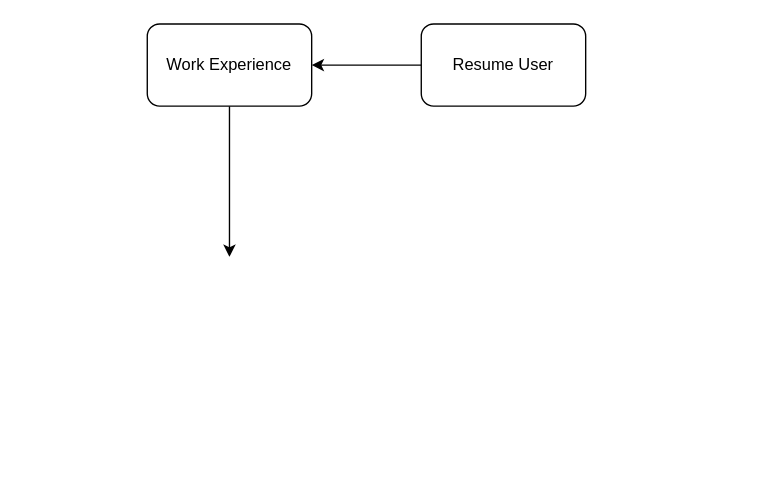
This is Planning/Backend/DatabaseContent.drawio from Agent00bad/Examensarbete, a draw.io file, before an edit. Source tidied: cells renumbered, new cells numbered last; positions are measured from the earlier drawing's top-left corner, leaving out a move shared by most shapes. Both pictures are drawn from the tidied source at 137%, with x=0, y=0 at pixel (147, 23).
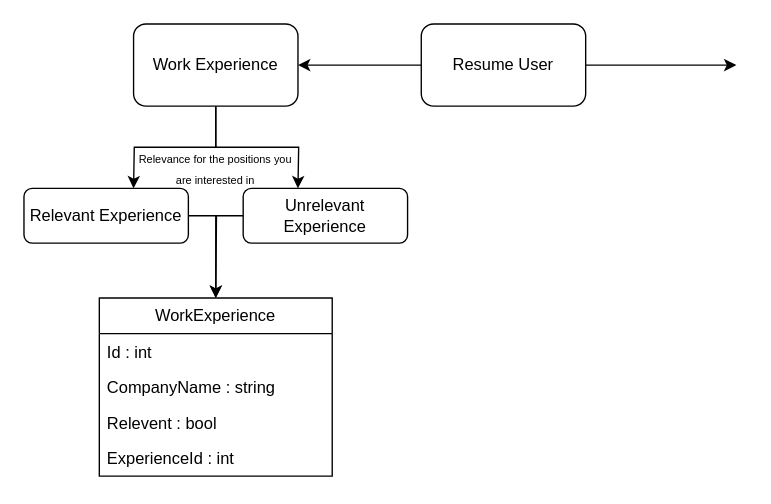
Above is the later version.

Unchanged cells that the change refers to:
```xml
<mxCell id="3" value="Resume User" style="rounded=1;whiteSpace=wrap;html=1;" parent="1" vertex="1">
  <mxGeometry x="200" width="120" height="60" as="geometry" />
</mxCell>
```

The edit, as a diff of the source:
```diff
@@
-    <mxCell id="2" style="edgeStyle=orthogonalEdgeStyle;rounded=0;jettySize=auto;html=1;" parent="1" edge="1" source="3">
-      <mxGeometry relative="1" as="geometry">
-        <mxPoint x="120" y="30" as="targetPoint" />
-      </mxGeometry>
+    <mxCell id="2" style="edgeStyle=orthogonalEdgeStyle;rounded=0;jettySize=auto;html=1;entryX=1;entryY=0.5;entryDx=0;entryDy=0;" parent="1" edge="1" source="3" target="5">
+      <mxGeometry relative="1" as="geometry" />
     </mxCell>
+    <mxCell id="6" style="edgeStyle=orthogonalEdgeStyle;rounded=0;jettySize=auto;html=1;" parent="1" edge="1" source="3">
+      <mxGeometry relative="1" as="geometry">
+        <mxPoint x="430" y="30" as="targetPoint" />
+      </mxGeometry>
+    </mxCell>
@@
-    <mxCell id="4" style="edgeStyle=orthogonalEdgeStyle;rounded=0;jettySize=auto;html=1;" parent="1" edge="1" source="5">
-      <mxGeometry relative="1" as="geometry">
-        <mxPoint x="60" y="170" as="targetPoint" />
-      </mxGeometry>
-    </mxCell>
+    <mxCell id="7" style="edgeStyle=orthogonalEdgeStyle;rounded=0;jettySize=auto;html=1;" parent="1" edge="1" source="5">
+      <mxGeometry relative="1" as="geometry">
+        <mxPoint x="-10" y="120" as="targetPoint" />
+      </mxGeometry>
+    </mxCell>
+    <mxCell id="8" style="edgeStyle=orthogonalEdgeStyle;rounded=0;jettySize=auto;html=1;" parent="1" edge="1" source="5">
+      <mxGeometry relative="1" as="geometry">
+        <mxPoint x="110" y="120" as="targetPoint" />
+      </mxGeometry>
+    </mxCell>
     <mxCell id="5" value="Work Experience" style="rounded=1;whiteSpace=wrap;html=1;" parent="1" vertex="1">
-      <mxGeometry width="120" height="60" as="geometry" />
+      <mxGeometry x="-10" width="120" height="60" as="geometry" />
     </mxCell>
+    <mxCell id="9" style="edgeStyle=orthogonalEdgeStyle;rounded=0;jettySize=auto;html=1;" parent="1" edge="1" source="10">
+      <mxGeometry relative="1" as="geometry">
+        <mxPoint x="50" y="200" as="targetPoint" />
+      </mxGeometry>
+    </mxCell>
+    <mxCell id="10" value="Relevant Experience" style="rounded=1;whiteSpace=wrap;html=1;" parent="1" vertex="1">
+      <mxGeometry x="-90" y="120" width="120" height="40" as="geometry" />
+    </mxCell>
+    <mxCell id="11" style="edgeStyle=orthogonalEdgeStyle;rounded=0;jettySize=auto;html=1;" parent="1" edge="1" source="12">
+      <mxGeometry relative="1" as="geometry">
+        <mxPoint x="50" y="200" as="targetPoint" />
+      </mxGeometry>
+    </mxCell>
+    <mxCell id="12" value="Unrelevant Experience" style="rounded=1;whiteSpace=wrap;html=1;" parent="1" vertex="1">
+      <mxGeometry x="70" y="120" width="120" height="40" as="geometry" />
+    </mxCell>
+    <mxCell id="13" value="&lt;font style=&quot;font-size: 8px;&quot;&gt;Relevance for the positions you are interested in &lt;/font&gt;" style="text;html=1;align=center;verticalAlign=middle;whiteSpace=wrap;rounded=0;" parent="1" vertex="1">
+      <mxGeometry x="-10" y="90" width="120" height="30" as="geometry" />
+    </mxCell>
+    <mxCell id="14" value="WorkExperience" style="swimlane;fontStyle=0;horizontal=1;startSize=26;fillColor=none;whiteSpace=wrap;html=1;" parent="1" vertex="1">
+      <mxGeometry x="-35" y="200" width="170" height="130" as="geometry" />
+    </mxCell>
+    <mxCell id="15" value="Id : int" style="text;strokeColor=none;fillColor=none;align=left;verticalAlign=top;spacingLeft=4;spacingRight=4;overflow=hidden;whiteSpace=wrap;html=1;" parent="14" vertex="1">
+      <mxGeometry y="26" width="170" height="26" as="geometry" />
+    </mxCell>
+    <mxCell id="16" value="CompanyName : string" style="text;strokeColor=none;fillColor=none;align=left;verticalAlign=top;spacingLeft=4;spacingRight=4;overflow=hidden;whiteSpace=wrap;html=1;" parent="14" vertex="1">
+      <mxGeometry y="52" width="170" height="26" as="geometry" />
+    </mxCell>
+    <mxCell id="17" value="Relevent : bool" style="text;strokeColor=none;fillColor=none;align=left;verticalAlign=top;spacingLeft=4;spacingRight=4;overflow=hidden;whiteSpace=wrap;html=1;" parent="14" vertex="1">
+      <mxGeometry y="78" width="170" height="26" as="geometry" />
+    </mxCell>
+    <mxCell id="18" value="ExperienceId : int" style="text;strokeColor=none;fillColor=none;align=left;verticalAlign=top;spacingLeft=4;spacingRight=4;overflow=hidden;whiteSpace=wrap;html=1;" parent="14" vertex="1">
+      <mxGeometry y="104" width="170" height="26" as="geometry" />
+    </mxCell>
```
